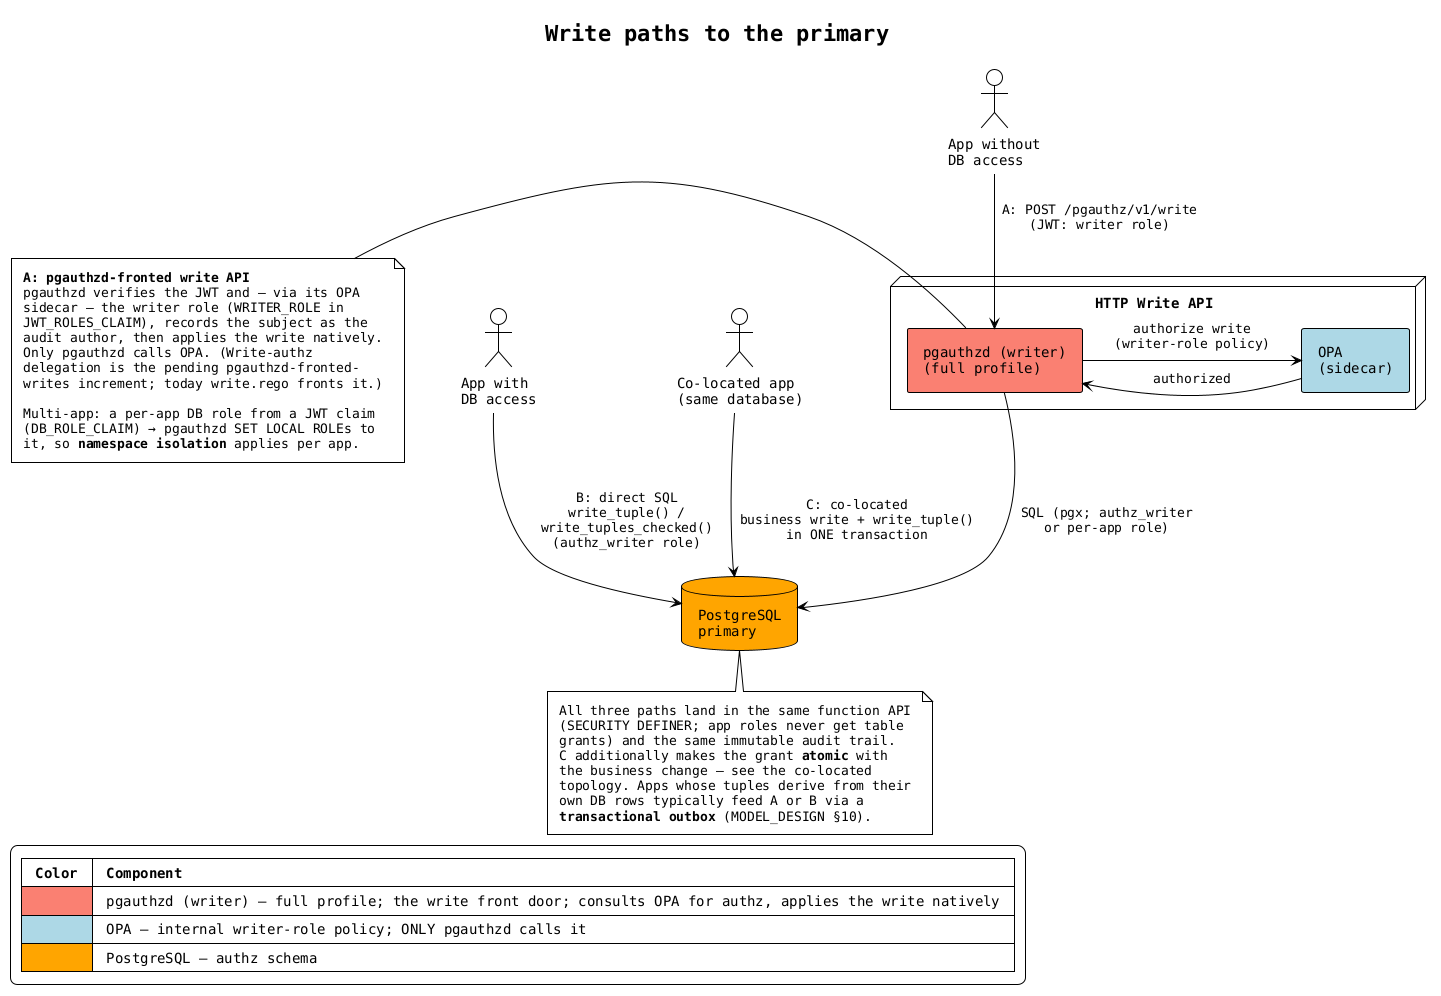
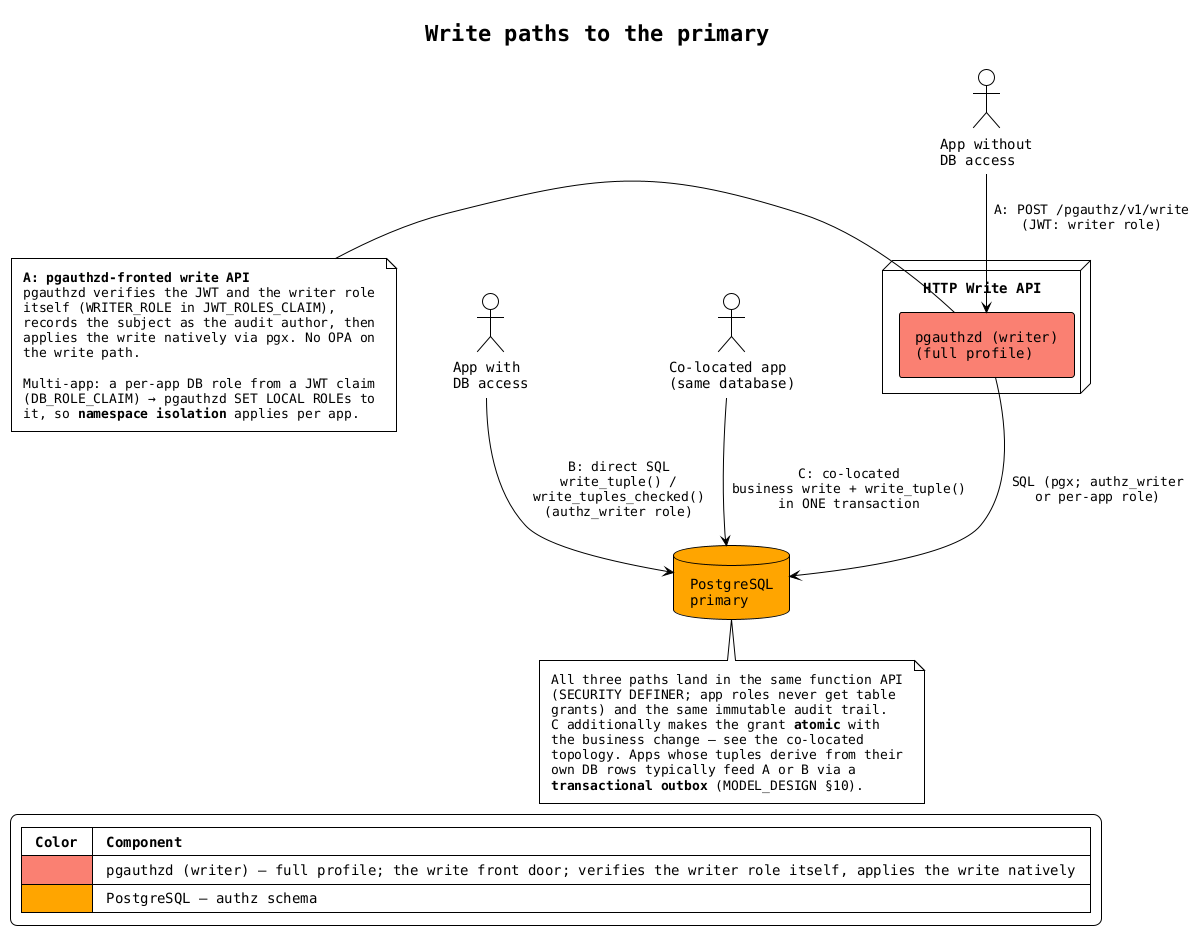
@startuml architecture-write-api

!theme plain
skinparam backgroundColor white
skinparam componentStyle rectangle
skinparam defaultFontName monospaced
skinparam nodesep 50
skinparam ranksep 40
skinparam padding 6

title Write paths to the primary

actor "App without\nDB access" as appA
actor "App with\nDB access" as appB
actor "Co-located app\n(same database)" as appC

note as N1
  **A: pgauthzd-fronted write API**
-   pgauthzd verifies the JWT and — via its OPA
-   sidecar — the writer role (WRITER_ROLE in
-   JWT_ROLES_CLAIM), records the subject as the
-   audit author, then applies the write natively.
-   Only pgauthzd calls OPA. (Write-authz
-   delegation is the pending pgauthzd-fronted-
-   writes increment; today write.rego fronts it.)
+   pgauthzd verifies the JWT and the writer role
+   itself (WRITER_ROLE in JWT_ROLES_CLAIM),
+   records the subject as the audit author, then
+   applies the write natively via pgx. No OPA on
+   the write path.

  Multi-app: a per-app DB role from a JWT claim
  (DB_ROLE_CLAIM) → pgauthzd SET LOCAL ROLEs to
  it, so **namespace isolation** applies per app.
end note

node "HTTP Write API" as optA {
    component "pgauthzd (writer)\n(full profile)" as pgd #Salmon
-     component "OPA\n(sidecar)" as opa #LightBlue
}

database "PostgreSQL\nprimary" as pg #Orange

N1 -right-> pgd

appA -down-> pgd : "A: POST /pgauthz/v1/write\n(JWT: writer role)"
- pgd -right-> opa : "authorize write\n(writer-role policy)"
- opa -left-> pgd : "authorized"
pgd -down-> pg : "SQL (pgx; authz_writer\nor per-app role)"

appB -down-> pg : "B: direct SQL\nwrite_tuple() /\nwrite_tuples_checked()\n(authz_writer role)"

appC -down-> pg : "C: co-located\nbusiness write + write_tuple()\nin ONE transaction"

note bottom of pg
  All three paths land in the same function API
  (SECURITY DEFINER; app roles never get table
  grants) and the same immutable audit trail.
  C additionally makes the grant **atomic** with
  the business change — see the co-located
  topology. Apps whose tuples derive from their
  own DB rows typically feed A or B via a
  **transactional outbox** (MODEL_DESIGN §10).
end note

legend bottom left
  |= Color |= Component |
-   | <#Salmon> | pgauthzd (writer) — full profile; the write front door; consults OPA for authz, applies the write natively |
-   | <#LightBlue> | OPA — internal writer-role policy; ONLY pgauthzd calls it |
+   | <#Salmon> | pgauthzd (writer) — full profile; the write front door; verifies the writer role itself, applies the write natively |
  | <#Orange> | PostgreSQL — authz schema |
end legend

@enduml
